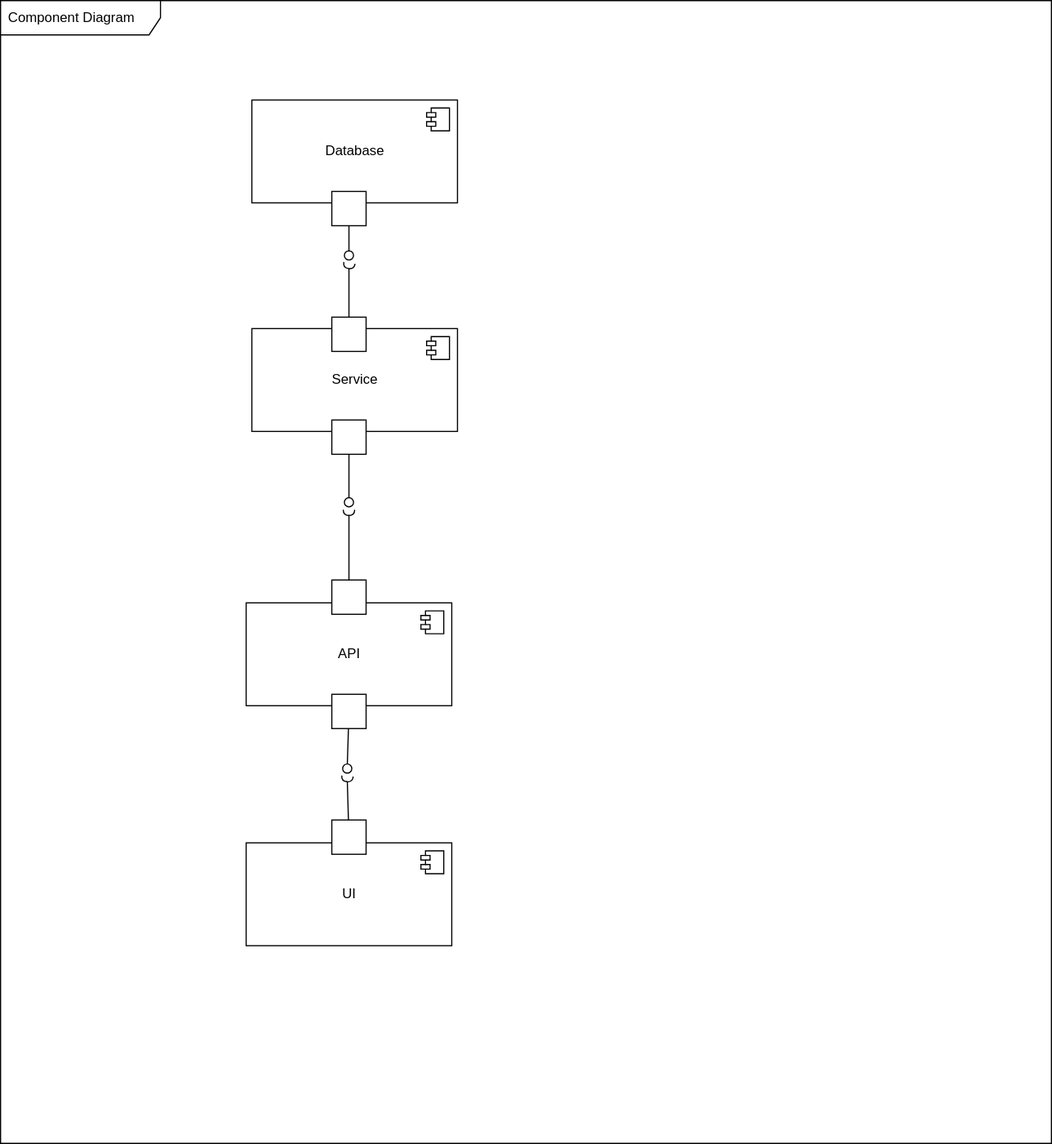
Above: Component_Diagram.svg in samuelpilusa365/myRepo (draw.io), before the change. Source tidied: cells renumbered, new cells last; positions are measured from the earlier drawing's top-left corner, leaving out a move shared by most shapes.
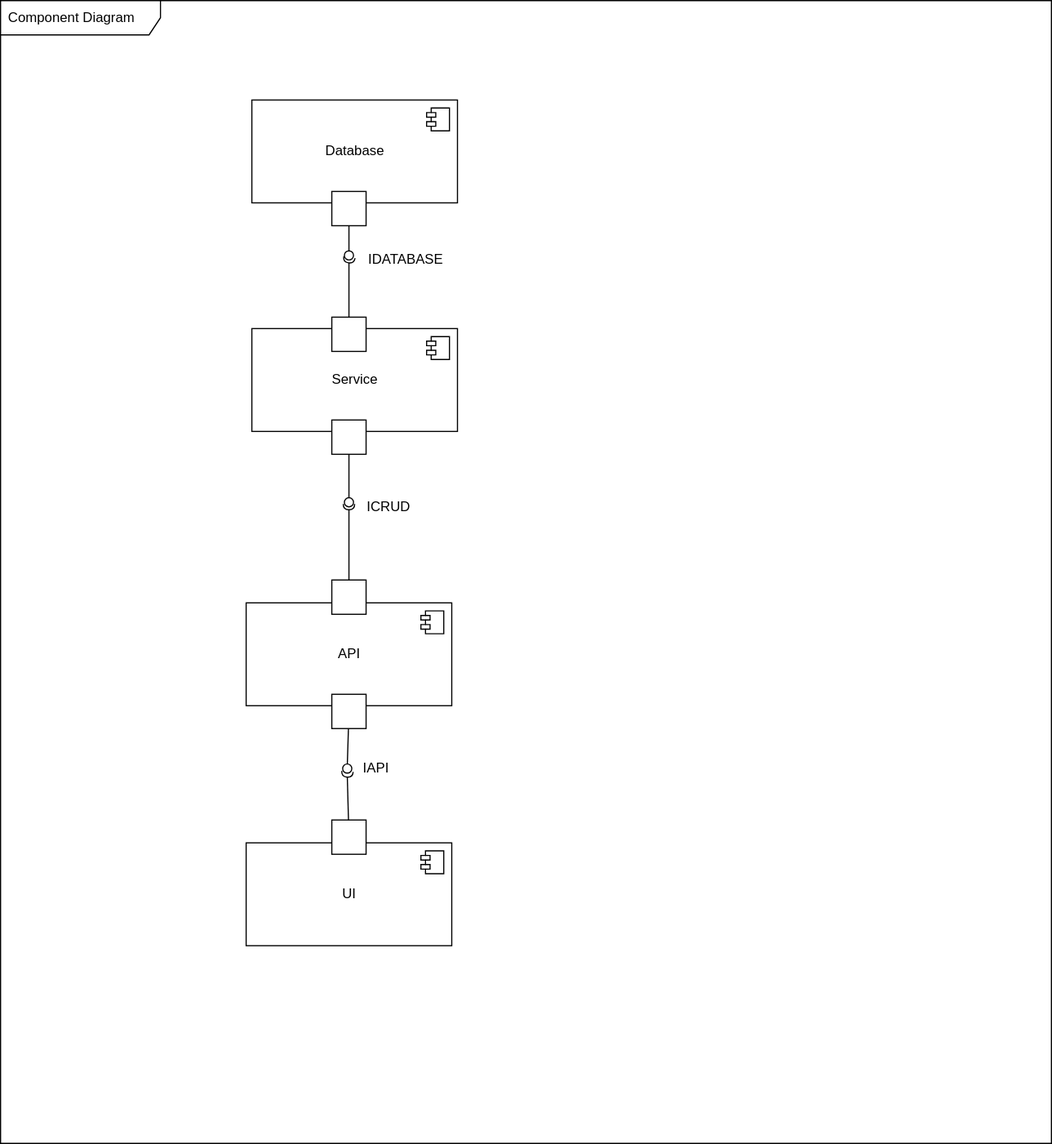
After the commit.

The edit, as a diff of the source:
```diff
@@ -53,7 +53,7 @@
       <mxGeometry relative="1" as="geometry" />
     </mxCell>
     <mxCell id="16" style="shape=requiredInterface;html=1;fontSize=11;align=center;fillColor=none;points=[];verticalAlign=bottom;labelPosition=center;verticalLabelPosition=top;flipH=1;rotation=-80;" parent="1" vertex="1">
-      <mxGeometry x="302.5" y="227" width="5" height="10" as="geometry" />
+      <mxGeometry x="302.5" y="222" width="5" height="10" as="geometry" />
     </mxCell>
     <mxCell id="17" style="html=1;rounded=0;" parent="1" vertex="1">
       <mxGeometry x="290" y="367" width="30" height="30" as="geometry" />
@@ -71,7 +71,7 @@
       <mxGeometry relative="1" as="geometry" />
     </mxCell>
     <mxCell id="22" style="shape=requiredInterface;html=1;fontSize=11;align=center;fillColor=none;points=[];verticalAlign=bottom;labelPosition=center;verticalLabelPosition=top;flipH=1;rotation=-90;" parent="1" vertex="1">
-      <mxGeometry x="302.5" y="443" width="5" height="10" as="geometry" />
+      <mxGeometry x="302.5" y="438" width="5" height="10" as="geometry" />
     </mxCell>
     <mxCell id="23" style="html=1;rounded=0;" parent="1" vertex="1">
       <mxGeometry x="290" y="607" width="30" height="30" as="geometry" />
@@ -89,7 +89,16 @@
       <mxGeometry relative="1" as="geometry" />
     </mxCell>
     <mxCell id="28" style="shape=requiredInterface;html=1;fontSize=11;align=center;fillColor=none;points=[];verticalAlign=bottom;labelPosition=center;verticalLabelPosition=top;flipH=1;rotation=-85;" parent="1" vertex="1">
-      <mxGeometry x="301" y="676" width="5" height="10" as="geometry" />
+      <mxGeometry x="301" y="672" width="5" height="10" as="geometry" />
     </mxCell>
+    <mxCell id="29" value="IDATABASE" style="text;html=1;strokeColor=none;fillColor=none;align=center;verticalAlign=middle;whiteSpace=wrap;rounded=0;" parent="1" vertex="1">
+      <mxGeometry x="335" y="217" width="40" height="20" as="geometry" />
+    </mxCell>
+    <mxCell id="30" value="ICRUD" style="text;html=1;strokeColor=none;fillColor=none;align=center;verticalAlign=middle;whiteSpace=wrap;rounded=0;" parent="1" vertex="1">
+      <mxGeometry x="320" y="433" width="40" height="20" as="geometry" />
+    </mxCell>
+    <mxCell id="31" value="IAPI" style="text;html=1;strokeColor=none;fillColor=none;align=center;verticalAlign=middle;whiteSpace=wrap;rounded=0;" parent="1" vertex="1">
+      <mxGeometry x="309" y="662" width="40" height="20" as="geometry" />
+    </mxCell>
   </root>
 </mxGraphModel>
```
